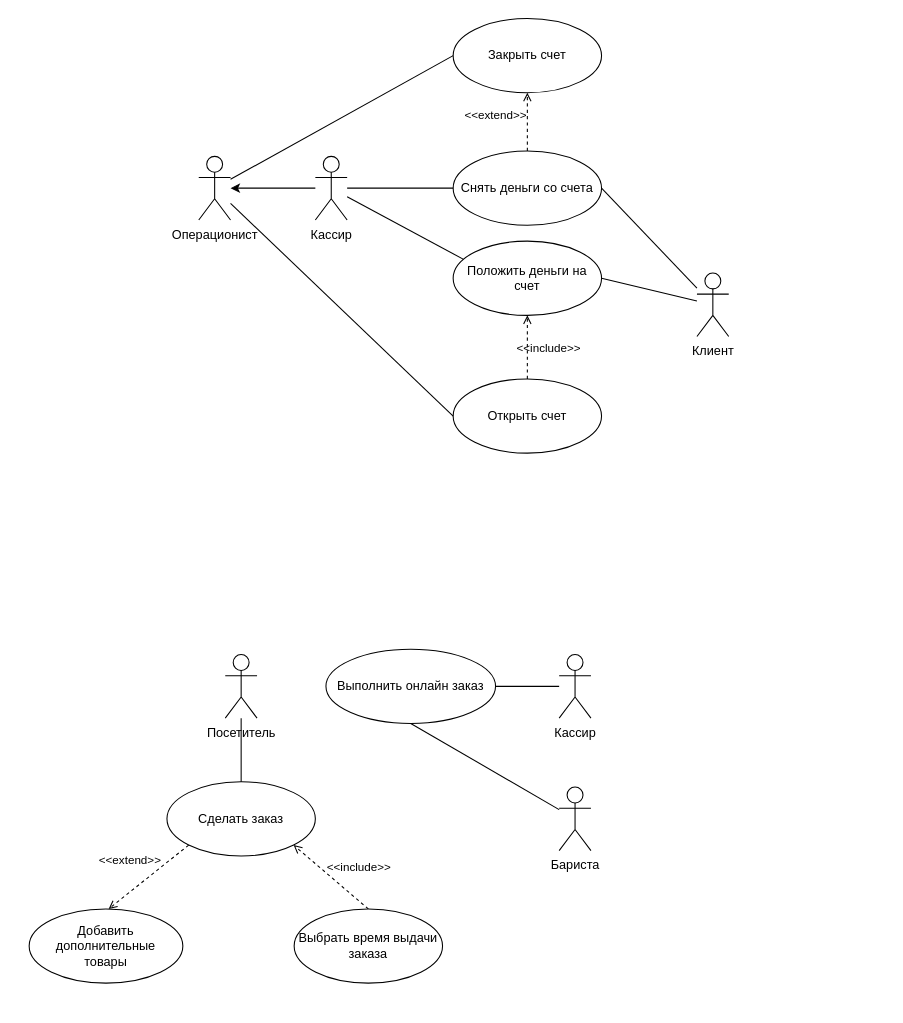
mopsin666/AKMS keeps this draw.io diagram as AKMS_2.drawio. Above is the earlier version. Source tidied: cells renumbered, new cells numbered last; positions are measured from the earlier drawing's top-left corner, leaving out a move shared by most shapes. Both pictures are drawn from the tidied source at 106%, with x=0, y=0 at pixel (29, 18).
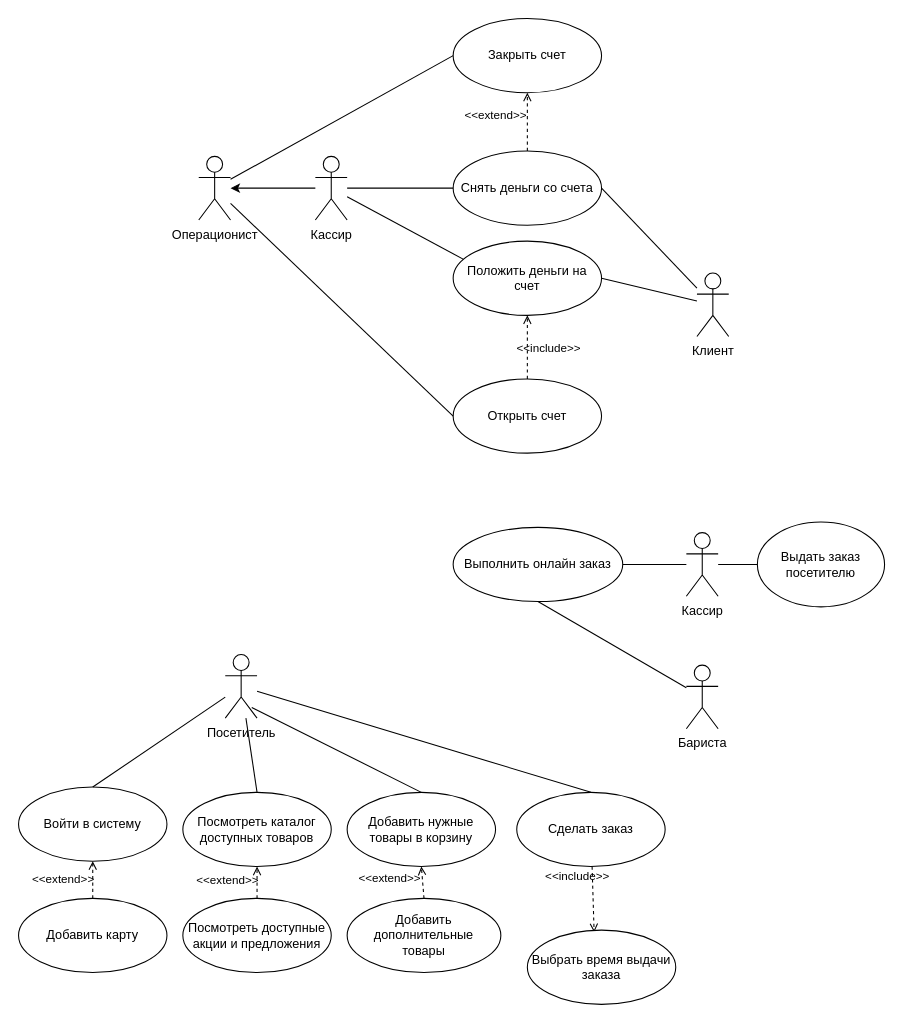
After the change.

Unchanged cells that the change refers to:
```xml
<mxCell id="18" value="Посетитель" style="shape=umlActor;verticalLabelPosition=bottom;verticalAlign=top;html=1;" parent="1" vertex="1">
  <mxGeometry x="185" y="600" width="30" height="60" as="geometry" />
</mxCell>
```

Diff of the diagram source:
```diff
@@
     <mxCell id="19" value="Кассир" style="shape=umlActor;verticalLabelPosition=bottom;verticalAlign=top;html=1;" parent="1" vertex="1">
-      <mxGeometry x="500" y="600" width="30" height="60" as="geometry" />
+      <mxGeometry x="620" y="485" width="30" height="60" as="geometry" />
     </mxCell>
     <mxCell id="20" value="Бариста" style="shape=umlActor;verticalLabelPosition=bottom;verticalAlign=top;html=1;" parent="1" vertex="1">
-      <mxGeometry x="500" y="725" width="30" height="60" as="geometry" />
+      <mxGeometry x="620" y="610" width="30" height="60" as="geometry" />
     </mxCell>
     <mxCell id="21" value="Сделать заказ" style="ellipse;whiteSpace=wrap;html=1;" parent="1" vertex="1">
-      <mxGeometry x="130" y="720" width="140" height="70" as="geometry" />
+      <mxGeometry x="460" y="730" width="140" height="70" as="geometry" />
     </mxCell>
-    <mxCell id="22" style="endArrow=none;html=1;rounded=0;" parent="1" edge="1" source="21" target="18">
-      <mxGeometry relative="1" as="geometry" />
-    </mxCell>
     <mxCell id="23" value="Добавить дополнительные&lt;div&gt;товары&lt;/div&gt;" style="ellipse;whiteSpace=wrap;html=1;" parent="1" vertex="1">
-      <mxGeometry y="840" width="145" height="70" as="geometry" />
+      <mxGeometry x="300" y="830" width="145" height="70" as="geometry" />
     </mxCell>
-    <mxCell id="24" value="&amp;lt;&amp;lt;extend&amp;gt;&amp;gt;" style="html=1;verticalAlign=bottom;labelBackgroundColor=none;endArrow=open;endFill=0;dashed=1;rounded=0;entryX=0.517;entryY=0;entryDx=0;entryDy=0;exitX=0;exitY=1;exitDx=0;exitDy=0;entryPerimeter=0;" parent="1" edge="1" source="21" target="23">
-      <mxGeometry x="0.2" y="-17" relative="1" as="geometry" />
+    <mxCell id="24" value="&amp;lt;&amp;lt;extend&amp;gt;&amp;gt;" style="html=1;verticalAlign=bottom;labelBackgroundColor=none;endArrow=open;endFill=0;dashed=1;rounded=0;exitX=0.5;exitY=0;exitDx=0;exitDy=0;entryX=0.5;entryY=1;entryDx=0;entryDy=0;" parent="1" edge="1" source="23" target="36">
+      <mxGeometry x="-0.16" y="32" relative="1" as="geometry" />
     </mxCell>
-    <mxCell id="25" value="&amp;lt;&amp;lt;include&amp;gt;&amp;gt;" style="html=1;verticalAlign=bottom;labelBackgroundColor=none;endArrow=open;endFill=0;dashed=1;rounded=0;exitX=0.5;exitY=0;exitDx=0;exitDy=0;entryX=1;entryY=1;entryDx=0;entryDy=0;" parent="1" edge="1" source="26" target="21">
+    <mxCell id="25" value="&amp;lt;&amp;lt;include&amp;gt;&amp;gt;" style="html=1;verticalAlign=bottom;labelBackgroundColor=none;endArrow=open;endFill=0;dashed=1;rounded=0;entryX=0.45;entryY=0.029;entryDx=0;entryDy=0;entryPerimeter=0;" parent="1" edge="1" source="21" target="26">
       <mxGeometry x="-0.42" y="-16" relative="1" as="geometry">
         <mxPoint x="1" as="offset" />
       </mxGeometry>
     </mxCell>
     <mxCell id="26" value="Выбрать время выдачи заказа" style="ellipse;whiteSpace=wrap;html=1;" parent="1" vertex="1">
-      <mxGeometry x="250" y="840" width="140" height="70" as="geometry" />
+      <mxGeometry x="470" y="860" width="140" height="70" as="geometry" />
     </mxCell>
     <mxCell id="27" value="Выполнить онлайн заказ" style="ellipse;whiteSpace=wrap;html=1;" parent="1" vertex="1">
-      <mxGeometry x="280" y="595" width="160" height="70" as="geometry" />
+      <mxGeometry x="400" y="480" width="160" height="70" as="geometry" />
     </mxCell>
@@
+    <mxCell id="30" value="Войти в систему" style="ellipse;whiteSpace=wrap;html=1;" parent="1" vertex="1">
+      <mxGeometry x="-10" y="725" width="140" height="70" as="geometry" />
+    </mxCell>
+    <mxCell id="31" style="endArrow=none;html=1;rounded=0;exitX=0.5;exitY=0;exitDx=0;exitDy=0;" parent="1" edge="1" source="30" target="18">
+      <mxGeometry relative="1" as="geometry" />
+    </mxCell>
+    <mxCell id="32" value="Посмотреть каталог доступных товаров" style="ellipse;whiteSpace=wrap;html=1;" parent="1" vertex="1">
+      <mxGeometry x="145" y="730" width="140" height="70" as="geometry" />
+    </mxCell>
+    <mxCell id="33" style="endArrow=none;html=1;rounded=0;exitX=0.5;exitY=0;exitDx=0;exitDy=0;" parent="1" edge="1" source="32" target="18">
+      <mxGeometry relative="1" as="geometry" />
+    </mxCell>
+    <mxCell id="34" value="Добавить карту" style="ellipse;whiteSpace=wrap;html=1;" parent="1" vertex="1">
+      <mxGeometry x="-10" y="830" width="140" height="70" as="geometry" />
+    </mxCell>
+    <mxCell id="35" value="&amp;lt;&amp;lt;extend&amp;gt;&amp;gt;" style="html=1;verticalAlign=bottom;labelBackgroundColor=none;endArrow=open;endFill=0;dashed=1;rounded=0;exitX=0.5;exitY=0;exitDx=0;exitDy=0;entryX=0.5;entryY=1;entryDx=0;entryDy=0;" parent="1" edge="1" source="34" target="30">
+      <mxGeometry x="-0.46" y="28" relative="1" as="geometry" />
+    </mxCell>
+    <mxCell id="36" value="Добавить нужные товары в корзину" style="ellipse;whiteSpace=wrap;html=1;" parent="1" vertex="1">
+      <mxGeometry x="300" y="730" width="140" height="70" as="geometry" />
+    </mxCell>
+    <mxCell id="37" style="endArrow=none;html=1;rounded=0;entryX=0.833;entryY=0.833;entryDx=0;entryDy=0;entryPerimeter=0;exitX=0.5;exitY=0;exitDx=0;exitDy=0;" parent="1" edge="1" source="36" target="18">
+      <mxGeometry relative="1" as="geometry" />
+    </mxCell>
+    <mxCell id="22" style="endArrow=none;html=1;rounded=0;exitX=0.5;exitY=0;exitDx=0;exitDy=0;" parent="1" edge="1" source="21" target="18">
+      <mxGeometry relative="1" as="geometry" />
+    </mxCell>
+    <mxCell id="38" value="Выдать заказ посетителю" style="ellipse;whiteSpace=wrap;html=1;" parent="1" vertex="1">
+      <mxGeometry x="687" y="475" width="120" height="80" as="geometry" />
+    </mxCell>
+    <mxCell id="39" style="endArrow=none;html=1;rounded=0;exitX=0;exitY=0.5;exitDx=0;exitDy=0;" parent="1" edge="1" source="38" target="19">
+      <mxGeometry relative="1" as="geometry" />
+    </mxCell>
+    <mxCell id="40" value="Посмотреть доступные акции и предложения" style="ellipse;whiteSpace=wrap;html=1;" parent="1" vertex="1">
+      <mxGeometry x="145" y="830" width="140" height="70" as="geometry" />
+    </mxCell>
+    <mxCell id="41" value="&amp;lt;&amp;lt;extend&amp;gt;&amp;gt;" style="html=1;verticalAlign=bottom;labelBackgroundColor=none;endArrow=open;endFill=0;dashed=1;rounded=0;exitX=0.5;exitY=0;exitDx=0;exitDy=0;entryX=0.5;entryY=1;entryDx=0;entryDy=0;" parent="1" edge="1" source="40" target="32">
+      <mxGeometry x="-0.46" y="28" relative="1" as="geometry" />
+    </mxCell>
```
